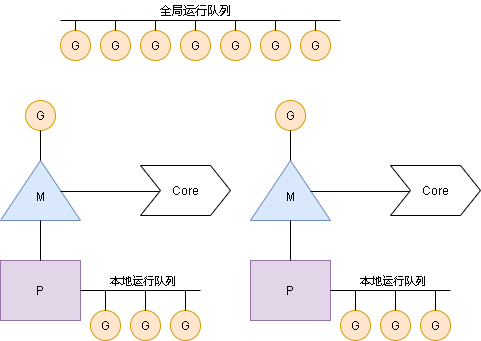
Above: static/img/2020/GO/P_M_Q_overview.png in TheFutureIsOurs/xingrufeng.github.io (draw.io), before the change. Source tidied: cells renumbered, new cells last; positions are measured from the earlier drawing's top-left corner, leaving out a move shared by most shapes.
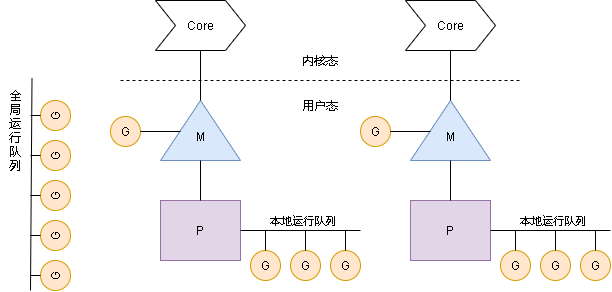
After the change.

The edit, as a diff of the source:
```diff
@@ -20,7 +20,7 @@
       </mxGeometry>
     </mxCell>
     <mxCell id="7" value="G" style="ellipse;whiteSpace=wrap;html=1;fillColor=#ffe6cc;strokeColor=#d79b00;" parent="1" vertex="1">
-      <mxGeometry x="25" y="100" width="30" height="30" as="geometry" />
+      <mxGeometry x="-50" y="176" width="30" height="30" as="geometry" />
     </mxCell>
     <mxCell id="8" value="G" style="ellipse;whiteSpace=wrap;html=1;fillColor=#ffe6cc;strokeColor=#d79b00;" parent="1" vertex="1">
       <mxGeometry x="90" y="310" width="30" height="30" as="geometry" />
@@ -46,142 +46,133 @@
         <mxPoint x="185" y="290" as="targetPoint" />
       </mxGeometry>
     </mxCell>
-    <mxCell id="14" style="endArrow=none;html=1;exitX=0;exitY=0;exitDx=40;exitDy=0;exitPerimeter=0;entryX=0.5;entryY=1;entryDx=0;entryDy=0;" parent="1" edge="1" source="2" target="7">
+    <mxCell id="14" style="endArrow=none;html=1;exitX=0;exitY=0.25;exitDx=0;exitDy=0;entryX=1;entryY=0.5;entryDx=0;entryDy=0;" parent="1" edge="1" source="3" target="7">
       <mxGeometry relative="1" as="geometry" />
     </mxCell>
-    <mxCell id="15" style="endArrow=none;html=1;exitX=1;exitY=0.25;exitDx=0;exitDy=0;" parent="1" edge="1" source="3">
-      <mxGeometry relative="1" as="geometry">
-        <mxPoint x="160" y="191" as="targetPoint" />
-      </mxGeometry>
+    <mxCell id="15" style="endArrow=none;html=1;exitX=0;exitY=0;exitDx=40;exitDy=0;entryX=0.5;entryY=1;entryDx=0;entryDy=0;exitPerimeter=0;" parent="1" edge="1" source="2" target="16">
+      <mxGeometry relative="1" as="geometry" />
     </mxCell>
     <mxCell id="16" value="Core" style="shape=step;perimeter=stepPerimeter;whiteSpace=wrap;html=1;fixedSize=1;" parent="1" vertex="1">
-      <mxGeometry x="140" y="165" width="90" height="50" as="geometry" />
+      <mxGeometry x="-5" y="60" width="90" height="50" as="geometry" />
     </mxCell>
     <mxCell id="17" value="&lt;font style=&quot;font-size: 11px&quot;&gt;本地运行队列&lt;/font&gt;" style="text;html=1;strokeColor=none;fillColor=none;align=center;verticalAlign=middle;whiteSpace=wrap;rounded=0;" parent="1" vertex="1">
       <mxGeometry x="105" y="270" width="75" height="20" as="geometry" />
     </mxCell>
-    <mxCell id="18" style="endArrow=none;html=1;" parent="1" edge="1">
-      <mxGeometry relative="1" as="geometry">
-        <mxPoint x="60" y="20" as="sourcePoint" />
-        <mxPoint x="340" y="20" as="targetPoint" />
-      </mxGeometry>
+    <mxCell id="18" style="verticalLabelPosition=bottom;verticalAlign=top;html=1;shape=mxgraph.basic.acute_triangle;dx=0.5;fillColor=#dae8fc;strokeColor=#6c8ebf;" parent="1" vertex="1">
+      <mxGeometry x="250" y="160" width="80" height="60" as="geometry" />
     </mxCell>
-    <mxCell id="19" value="G" style="ellipse;whiteSpace=wrap;html=1;fillColor=#ffe6cc;strokeColor=#d79b00;" parent="1" vertex="1">
-      <mxGeometry x="60" y="30" width="30" height="30" as="geometry" />
+    <mxCell id="19" value="M" style="text;html=1;strokeColor=none;fillColor=none;align=center;verticalAlign=middle;whiteSpace=wrap;rounded=0;" parent="1" vertex="1">
+      <mxGeometry x="270" y="186" width="40" height="20" as="geometry" />
     </mxCell>
-    <mxCell id="20" style="endArrow=none;html=1;exitX=0.5;exitY=0;exitDx=0;exitDy=0;" parent="1" edge="1" source="19">
-      <mxGeometry relative="1" as="geometry">
-        <mxPoint x="75" y="20" as="targetPoint" />
-      </mxGeometry>
+    <mxCell id="20" value="P" style="rounded=0;whiteSpace=wrap;html=1;fillColor=#e1d5e7;strokeColor=#9673a6;" parent="1" vertex="1">
+      <mxGeometry x="250" y="260" width="80" height="60" as="geometry" />
     </mxCell>
-    <mxCell id="21" value="G" style="ellipse;whiteSpace=wrap;html=1;fillColor=#ffe6cc;strokeColor=#d79b00;" parent="1" vertex="1">
-      <mxGeometry x="100" y="30" width="30" height="30" as="geometry" />
+    <mxCell id="21" style="endArrow=none;html=1;entryX=0.5;entryY=1;entryDx=0;entryDy=0;entryPerimeter=0;exitX=0.5;exitY=0;exitDx=0;exitDy=0;" parent="1" edge="1" source="20" target="18">
+      <mxGeometry relative="1" as="geometry" />
     </mxCell>
-    <mxCell id="22" style="endArrow=none;html=1;exitX=0.5;exitY=0;exitDx=0;exitDy=0;" parent="1" edge="1" source="21">
+    <mxCell id="22" style="endArrow=none;html=1;exitX=1;exitY=0.5;exitDx=0;exitDy=0;" parent="1" edge="1" source="20">
       <mxGeometry relative="1" as="geometry">
-        <mxPoint x="115" y="20" as="targetPoint" />
+        <mxPoint x="450" y="290" as="targetPoint" />
       </mxGeometry>
     </mxCell>
     <mxCell id="23" value="G" style="ellipse;whiteSpace=wrap;html=1;fillColor=#ffe6cc;strokeColor=#d79b00;" parent="1" vertex="1">
-      <mxGeometry x="140" y="30" width="30" height="30" as="geometry" />
+      <mxGeometry x="200" y="176" width="30" height="30" as="geometry" />
     </mxCell>
-    <mxCell id="24" style="endArrow=none;html=1;exitX=0.5;exitY=0;exitDx=0;exitDy=0;" parent="1" edge="1" source="23">
-      <mxGeometry relative="1" as="geometry">
-        <mxPoint x="155" y="20" as="targetPoint" />
-      </mxGeometry>
+    <mxCell id="24" value="G" style="ellipse;whiteSpace=wrap;html=1;fillColor=#ffe6cc;strokeColor=#d79b00;" parent="1" vertex="1">
+      <mxGeometry x="340" y="310" width="30" height="30" as="geometry" />
     </mxCell>
-    <mxCell id="25" value="G" style="ellipse;whiteSpace=wrap;html=1;fillColor=#ffe6cc;strokeColor=#d79b00;" parent="1" vertex="1">
-      <mxGeometry x="180" y="30" width="30" height="30" as="geometry" />
+    <mxCell id="25" style="endArrow=none;html=1;exitX=0.5;exitY=0;exitDx=0;exitDy=0;" parent="1" edge="1" source="24">
+      <mxGeometry relative="1" as="geometry">
+        <mxPoint x="355" y="290" as="targetPoint" />
+      </mxGeometry>
     </mxCell>
-    <mxCell id="26" style="endArrow=none;html=1;exitX=0.5;exitY=0;exitDx=0;exitDy=0;" parent="1" edge="1" source="25">
-      <mxGeometry relative="1" as="geometry">
-        <mxPoint x="195" y="20" as="targetPoint" />
-      </mxGeometry>
+    <mxCell id="26" value="G" style="ellipse;whiteSpace=wrap;html=1;fillColor=#ffe6cc;strokeColor=#d79b00;" parent="1" vertex="1">
+      <mxGeometry x="380" y="310" width="30" height="30" as="geometry" />
     </mxCell>
-    <mxCell id="27" value="G" style="ellipse;whiteSpace=wrap;html=1;fillColor=#ffe6cc;strokeColor=#d79b00;" parent="1" vertex="1">
-      <mxGeometry x="220" y="30" width="30" height="30" as="geometry" />
+    <mxCell id="27" style="endArrow=none;html=1;exitX=0.5;exitY=0;exitDx=0;exitDy=0;" parent="1" edge="1" source="26">
+      <mxGeometry relative="1" as="geometry">
+        <mxPoint x="395" y="290" as="targetPoint" />
+      </mxGeometry>
     </mxCell>
-    <mxCell id="28" style="endArrow=none;html=1;exitX=0.5;exitY=0;exitDx=0;exitDy=0;" parent="1" edge="1" source="27">
-      <mxGeometry relative="1" as="geometry">
-        <mxPoint x="235" y="20" as="targetPoint" />
-      </mxGeometry>
+    <mxCell id="28" value="G" style="ellipse;whiteSpace=wrap;html=1;fillColor=#ffe6cc;strokeColor=#d79b00;" parent="1" vertex="1">
+      <mxGeometry x="420" y="310" width="30" height="30" as="geometry" />
     </mxCell>
-    <mxCell id="29" value="G" style="ellipse;whiteSpace=wrap;html=1;fillColor=#ffe6cc;strokeColor=#d79b00;" parent="1" vertex="1">
-      <mxGeometry x="260" y="30" width="30" height="30" as="geometry" />
+    <mxCell id="29" style="endArrow=none;html=1;exitX=0.5;exitY=0;exitDx=0;exitDy=0;" parent="1" edge="1" source="28">
+      <mxGeometry relative="1" as="geometry">
+        <mxPoint x="435" y="290" as="targetPoint" />
+      </mxGeometry>
     </mxCell>
-    <mxCell id="30" style="endArrow=none;html=1;exitX=0.5;exitY=0;exitDx=0;exitDy=0;" parent="1" edge="1" source="29">
-      <mxGeometry relative="1" as="geometry">
-        <mxPoint x="275" y="20" as="targetPoint" />
-      </mxGeometry>
+    <mxCell id="30" style="endArrow=none;html=1;exitX=0;exitY=0.25;exitDx=0;exitDy=0;entryX=1;entryY=0.5;entryDx=0;entryDy=0;" parent="1" edge="1" source="19" target="23">
+      <mxGeometry relative="1" as="geometry" />
     </mxCell>
-    <mxCell id="31" value="G" style="ellipse;whiteSpace=wrap;html=1;fillColor=#ffe6cc;strokeColor=#d79b00;" parent="1" vertex="1">
-      <mxGeometry x="300" y="30" width="30" height="30" as="geometry" />
+    <mxCell id="31" style="endArrow=none;html=1;exitX=0;exitY=0;exitDx=40;exitDy=0;exitPerimeter=0;entryX=0.5;entryY=1;entryDx=0;entryDy=0;" parent="1" edge="1" source="18" target="32">
+      <mxGeometry relative="1" as="geometry" />
     </mxCell>
-    <mxCell id="32" style="endArrow=none;html=1;exitX=0.5;exitY=0;exitDx=0;exitDy=0;" parent="1" edge="1" source="31">
-      <mxGeometry relative="1" as="geometry">
-        <mxPoint x="315" y="20" as="targetPoint" />
-      </mxGeometry>
+    <mxCell id="32" value="Core" style="shape=step;perimeter=stepPerimeter;whiteSpace=wrap;html=1;fixedSize=1;" parent="1" vertex="1">
+      <mxGeometry x="245" y="60" width="90" height="50" as="geometry" />
     </mxCell>
-    <mxCell id="33" style="verticalLabelPosition=bottom;verticalAlign=top;html=1;shape=mxgraph.basic.acute_triangle;dx=0.5;fillColor=#dae8fc;strokeColor=#6c8ebf;" parent="1" vertex="1">
-      <mxGeometry x="250" y="160" width="80" height="60" as="geometry" />
+    <mxCell id="33" value="&lt;font style=&quot;font-size: 11px&quot;&gt;本地运行队列&lt;/font&gt;" style="text;html=1;strokeColor=none;fillColor=none;align=center;verticalAlign=middle;whiteSpace=wrap;rounded=0;" parent="1" vertex="1">
+      <mxGeometry x="355" y="270" width="75" height="20" as="geometry" />
     </mxCell>
-    <mxCell id="34" value="M" style="text;html=1;strokeColor=none;fillColor=none;align=center;verticalAlign=middle;whiteSpace=wrap;rounded=0;" parent="1" vertex="1">
-      <mxGeometry x="270" y="186" width="40" height="20" as="geometry" />
+    <mxCell id="34" style="endArrow=none;html=1;entryX=1.05;entryY=0.129;entryDx=0;entryDy=0;entryPerimeter=0;" parent="1" edge="1" target="45">
+      <mxGeometry relative="1" as="geometry">
+        <mxPoint x="-130" y="350" as="sourcePoint" />
+      </mxGeometry>
     </mxCell>
-    <mxCell id="35" value="P" style="rounded=0;whiteSpace=wrap;html=1;fillColor=#e1d5e7;strokeColor=#9673a6;" parent="1" vertex="1">
-      <mxGeometry x="250" y="260" width="80" height="60" as="geometry" />
+    <mxCell id="35" value="G" style="ellipse;whiteSpace=wrap;html=1;fillColor=#ffe6cc;strokeColor=#d79b00;direction=east;rotation=-90;" parent="1" vertex="1">
+      <mxGeometry x="-120" y="320" width="30" height="30" as="geometry" />
     </mxCell>
-    <mxCell id="36" style="endArrow=none;html=1;entryX=0.5;entryY=1;entryDx=0;entryDy=0;entryPerimeter=0;exitX=0.5;exitY=0;exitDx=0;exitDy=0;" parent="1" edge="1" source="35" target="33">
-      <mxGeometry relative="1" as="geometry" />
+    <mxCell id="36" style="endArrow=none;html=1;exitX=0.5;exitY=0;exitDx=0;exitDy=0;entryX=0.5;entryY=0;entryDx=0;entryDy=0;" parent="1" edge="1" source="35">
+      <mxGeometry relative="1" as="geometry">
+        <mxPoint x="-130" y="335" as="targetPoint" />
+      </mxGeometry>
     </mxCell>
-    <mxCell id="37" style="endArrow=none;html=1;exitX=1;exitY=0.5;exitDx=0;exitDy=0;" parent="1" edge="1" source="35">
-      <mxGeometry relative="1" as="geometry">
-        <mxPoint x="450" y="290" as="targetPoint" />
-      </mxGeometry>
+    <mxCell id="37" value="G" style="ellipse;whiteSpace=wrap;html=1;fillColor=#ffe6cc;strokeColor=#d79b00;direction=east;rotation=-90;" parent="1" vertex="1">
+      <mxGeometry x="-120" y="280" width="30" height="30" as="geometry" />
     </mxCell>
-    <mxCell id="38" value="G" style="ellipse;whiteSpace=wrap;html=1;fillColor=#ffe6cc;strokeColor=#d79b00;" parent="1" vertex="1">
-      <mxGeometry x="275" y="100" width="30" height="30" as="geometry" />
+    <mxCell id="38" style="endArrow=none;html=1;exitX=0.5;exitY=0;exitDx=0;exitDy=0;entryX=0.5;entryY=0;entryDx=0;entryDy=0;" parent="1" edge="1" source="37">
+      <mxGeometry relative="1" as="geometry">
+        <mxPoint x="-130" y="295" as="targetPoint" />
+      </mxGeometry>
     </mxCell>
-    <mxCell id="39" value="G" style="ellipse;whiteSpace=wrap;html=1;fillColor=#ffe6cc;strokeColor=#d79b00;" parent="1" vertex="1">
-      <mxGeometry x="340" y="310" width="30" height="30" as="geometry" />
+    <mxCell id="39" value="G" style="ellipse;whiteSpace=wrap;html=1;fillColor=#ffe6cc;strokeColor=#d79b00;direction=east;rotation=-90;" parent="1" vertex="1">
+      <mxGeometry x="-120" y="240" width="30" height="30" as="geometry" />
     </mxCell>
-    <mxCell id="40" style="endArrow=none;html=1;exitX=0.5;exitY=0;exitDx=0;exitDy=0;" parent="1" edge="1" source="39">
+    <mxCell id="40" style="endArrow=none;html=1;exitX=0.5;exitY=0;exitDx=0;exitDy=0;entryX=0.5;entryY=0;entryDx=0;entryDy=0;" parent="1" edge="1" source="39">
       <mxGeometry relative="1" as="geometry">
-        <mxPoint x="355" y="290" as="targetPoint" />
+        <mxPoint x="-130" y="255" as="targetPoint" />
       </mxGeometry>
     </mxCell>
-    <mxCell id="41" value="G" style="ellipse;whiteSpace=wrap;html=1;fillColor=#ffe6cc;strokeColor=#d79b00;" parent="1" vertex="1">
-      <mxGeometry x="380" y="310" width="30" height="30" as="geometry" />
+    <mxCell id="41" value="G" style="ellipse;whiteSpace=wrap;html=1;fillColor=#ffe6cc;strokeColor=#d79b00;direction=east;rotation=-90;" parent="1" vertex="1">
+      <mxGeometry x="-120" y="200" width="30" height="30" as="geometry" />
     </mxCell>
-    <mxCell id="42" style="endArrow=none;html=1;exitX=0.5;exitY=0;exitDx=0;exitDy=0;" parent="1" edge="1" source="41">
+    <mxCell id="42" style="endArrow=none;html=1;exitX=0.5;exitY=0;exitDx=0;exitDy=0;entryX=0.5;entryY=0;entryDx=0;entryDy=0;" parent="1" edge="1" source="41">
       <mxGeometry relative="1" as="geometry">
-        <mxPoint x="395" y="290" as="targetPoint" />
+        <mxPoint x="-130" y="215" as="targetPoint" />
       </mxGeometry>
     </mxCell>
-    <mxCell id="43" value="G" style="ellipse;whiteSpace=wrap;html=1;fillColor=#ffe6cc;strokeColor=#d79b00;" parent="1" vertex="1">
-      <mxGeometry x="420" y="310" width="30" height="30" as="geometry" />
+    <mxCell id="43" value="G" style="ellipse;whiteSpace=wrap;html=1;fillColor=#ffe6cc;strokeColor=#d79b00;direction=east;rotation=-90;" parent="1" vertex="1">
+      <mxGeometry x="-120" y="160" width="30" height="30" as="geometry" />
     </mxCell>
-    <mxCell id="44" style="endArrow=none;html=1;exitX=0.5;exitY=0;exitDx=0;exitDy=0;" parent="1" edge="1" source="43">
+    <mxCell id="44" style="endArrow=none;html=1;exitX=0.5;exitY=0;exitDx=0;exitDy=0;entryX=0.5;entryY=0;entryDx=0;entryDy=0;" parent="1" edge="1" source="43">
       <mxGeometry relative="1" as="geometry">
-        <mxPoint x="435" y="290" as="targetPoint" />
+        <mxPoint x="-130" y="175" as="targetPoint" />
       </mxGeometry>
     </mxCell>
-    <mxCell id="45" style="endArrow=none;html=1;exitX=0;exitY=0;exitDx=40;exitDy=0;exitPerimeter=0;entryX=0.5;entryY=1;entryDx=0;entryDy=0;" parent="1" edge="1" source="33" target="38">
-      <mxGeometry relative="1" as="geometry" />
+    <mxCell id="45" value="全&lt;br&gt;局&lt;br&gt;运&lt;br&gt;行&lt;br&gt;队&lt;br&gt;列" style="text;html=1;strokeColor=none;fillColor=none;align=center;verticalAlign=middle;whiteSpace=wrap;rounded=0;horizontal=1;labelPosition=center;verticalLabelPosition=middle;labelBackgroundColor=#ffffff;" parent="1" vertex="1">
+      <mxGeometry x="-160" y="120" width="30" height="140" as="geometry" />
     </mxCell>
-    <mxCell id="46" style="endArrow=none;html=1;exitX=1;exitY=0.25;exitDx=0;exitDy=0;" parent="1" edge="1" source="34">
+    <mxCell id="46" style="endArrow=none;dashed=1;html=1;" parent="1" edge="1">
       <mxGeometry relative="1" as="geometry">
-        <mxPoint x="410" y="191" as="targetPoint" />
+        <mxPoint x="-40" y="140" as="sourcePoint" />
+        <mxPoint x="360" y="140" as="targetPoint" />
       </mxGeometry>
     </mxCell>
-    <mxCell id="47" value="Core" style="shape=step;perimeter=stepPerimeter;whiteSpace=wrap;html=1;fixedSize=1;" parent="1" vertex="1">
-      <mxGeometry x="390" y="165" width="90" height="50" as="geometry" />
+    <mxCell id="47" value="内核态" style="text;html=1;strokeColor=none;fillColor=none;align=center;verticalAlign=middle;whiteSpace=wrap;rounded=0;" parent="1" vertex="1">
+      <mxGeometry x="140" y="110" width="40" height="20" as="geometry" />
     </mxCell>
-    <mxCell id="48" value="&lt;font style=&quot;font-size: 11px&quot;&gt;本地运行队列&lt;/font&gt;" style="text;html=1;strokeColor=none;fillColor=none;align=center;verticalAlign=middle;whiteSpace=wrap;rounded=0;" parent="1" vertex="1">
-      <mxGeometry x="355" y="270" width="75" height="20" as="geometry" />
+    <mxCell id="48" value="用户态" style="text;html=1;strokeColor=none;fillColor=none;align=center;verticalAlign=middle;whiteSpace=wrap;rounded=0;" parent="1" vertex="1">
+      <mxGeometry x="140" y="155" width="40" height="20" as="geometry" />
     </mxCell>
-    <mxCell id="49" value="全局运行队列" style="text;html=1;strokeColor=none;fillColor=none;align=center;verticalAlign=middle;whiteSpace=wrap;rounded=0;" parent="1" vertex="1">
-      <mxGeometry x="130" width="130" height="20" as="geometry" />
-    </mxCell>
   </root>
 </mxGraphModel>
```
